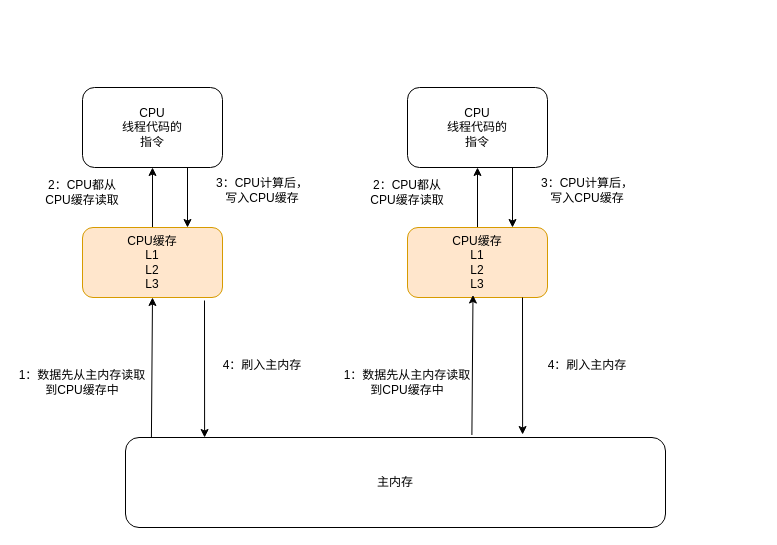
Earlier version of the draw.io diagram 并发编程/01_cpu多级缓存模型.drawio (chenshuai1995/a-imgs). Source tidied: cells renumbered, new cells numbered last; positions are measured from the earlier drawing's top-left corner, leaving out a move shared by most shapes. Both pictures are drawn from the tidied source at 100%, with x=0, y=0 at pixel (17, 87).
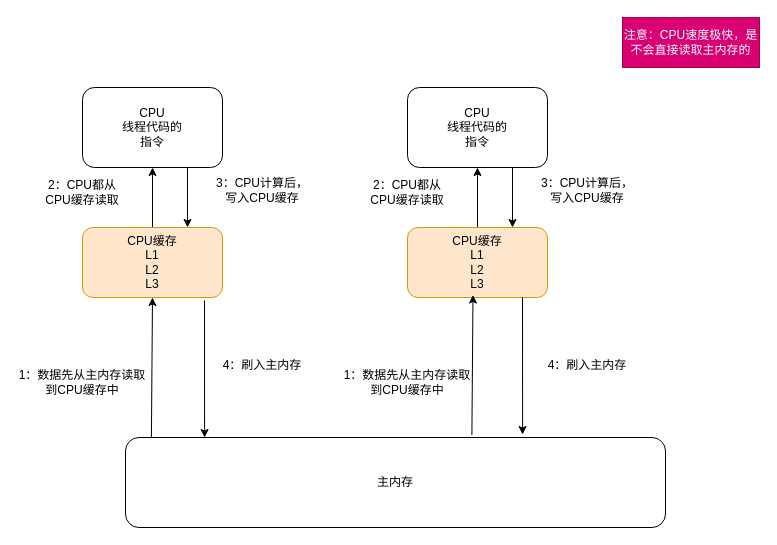
After the change.

Commit message (it also covers changes not shown here):
更新01_cpu多级缓存模型.drawio

Diff of the diagram source:
```diff
@@
+    <mxCell id="27" value="注意：CPU速度极快，是不会直接读取主内存的" style="text;html=1;strokeColor=#A50040;fillColor=#d80073;align=center;verticalAlign=middle;whiteSpace=wrap;rounded=0;fontColor=#ffffff;" parent="1" vertex="1">
+      <mxGeometry x="605" y="-70" width="137" height="50" as="geometry" />
+    </mxCell>
```
